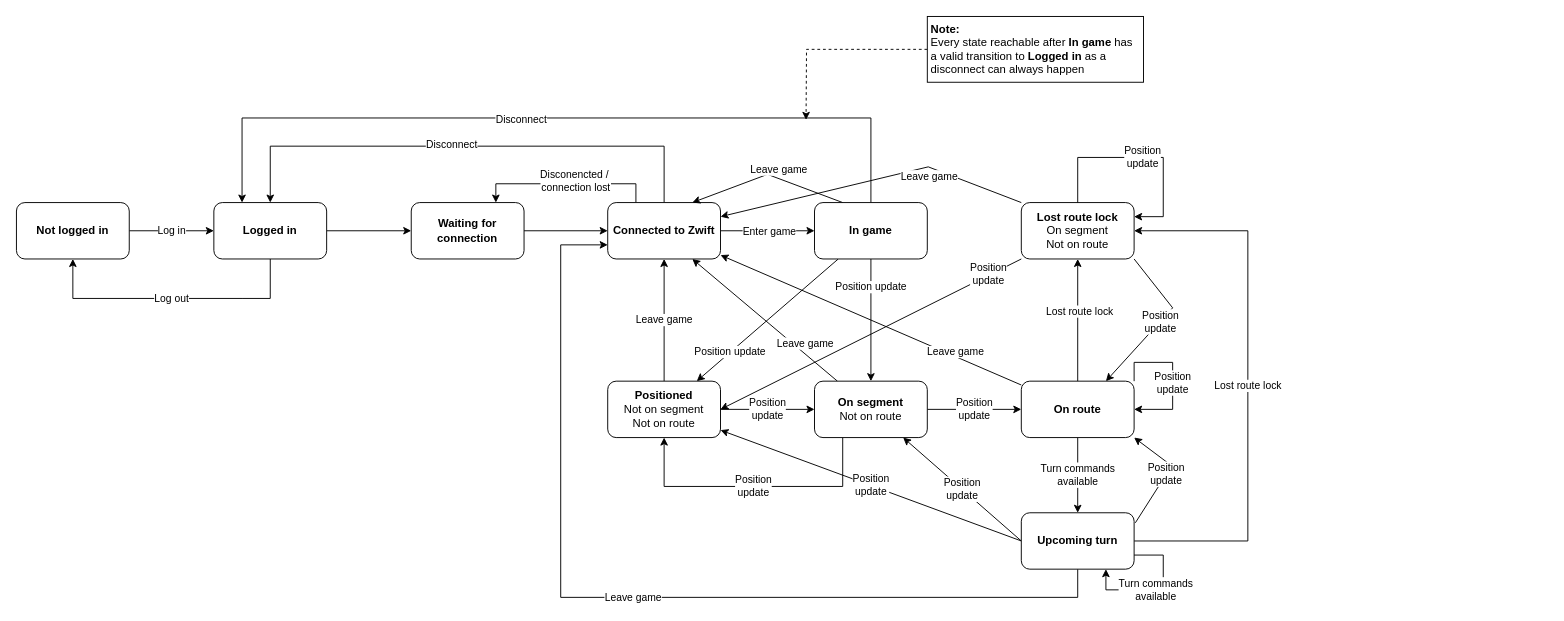
The draw.io diagram GameStates.drawio in sandermvanvliet/RoadCaptain, before the edit. Source tidied: cells renumbered, new cells numbered last; positions are measured from the earlier drawing's top-left corner, leaving out a move shared by most shapes. Both pictures are drawn from the tidied source at 94%, with x=0, y=0 at pixel (16, 16).
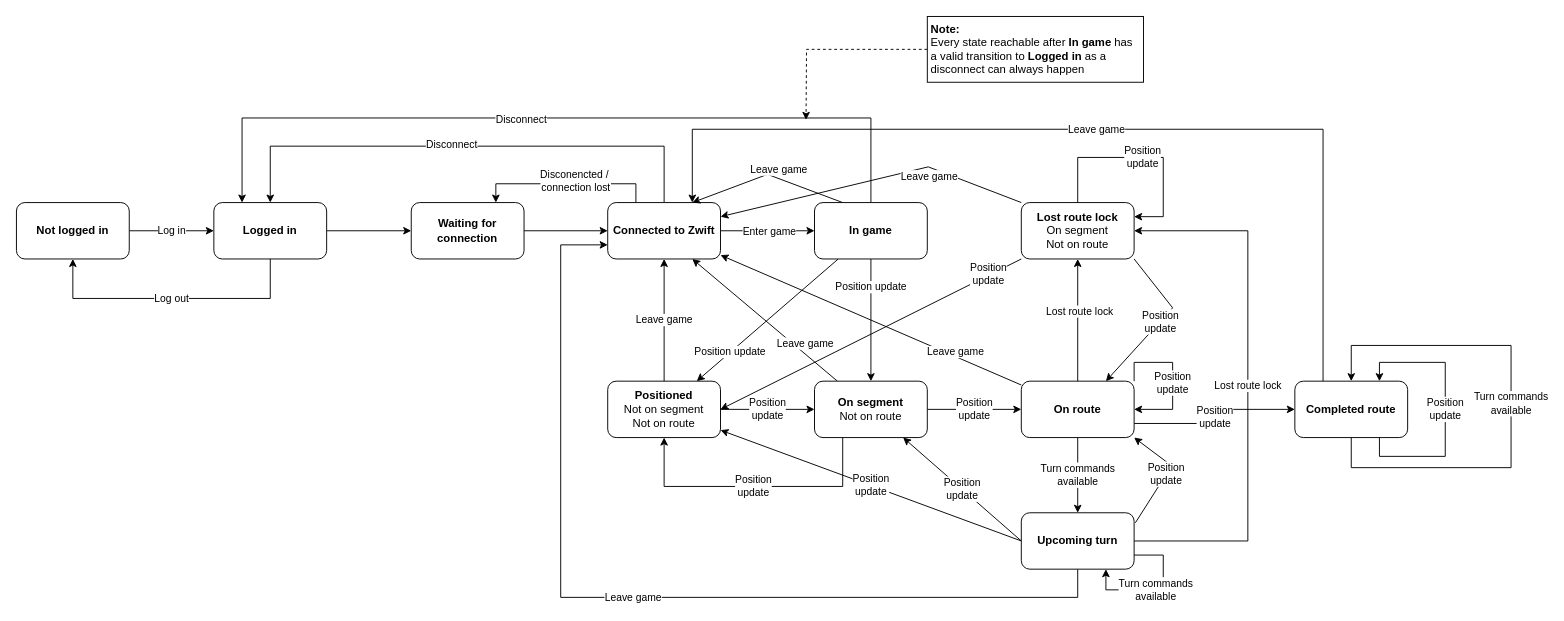
The same diagram, later.

Commit message:
Add completed route state to diagram

Unchanged cells that the change refers to:
```xml
<mxCell id="8" value="Connected to Zwift" style="rounded=1;whiteSpace=wrap;html=1;fontStyle=1;" parent="1" vertex="1">
  <mxGeometry x="629" y="198" width="120" height="60" as="geometry" />
</mxCell>
<mxCell id="27" value="&lt;b&gt;On route&lt;br&gt;&lt;/b&gt;" style="whiteSpace=wrap;html=1;rounded=1;" parent="1" vertex="1">
  <mxGeometry x="1069" y="388" width="120" height="60" as="geometry" />
</mxCell>
```

What changed in the source:
```diff
@@
+    <mxCell id="51" value="Position&lt;br&gt;update" style="edgeStyle=orthogonalEdgeStyle;rounded=0;jettySize=auto;html=1;exitX=1;exitY=0.75;exitDx=0;exitDy=0;entryX=0;entryY=0.5;entryDx=0;entryDy=0;" parent="1" edge="1" source="27" target="53">
+      <mxGeometry relative="1" as="geometry" />
+    </mxCell>
@@
+    <mxCell id="52" value="Leave game" style="edgeStyle=orthogonalEdgeStyle;rounded=0;jettySize=auto;html=1;entryX=0.75;entryY=0;entryDx=0;entryDy=0;exitX=0.25;exitY=0;exitDx=0;exitDy=0;" parent="1" edge="1" source="53" target="8">
+      <mxGeometry relative="1" as="geometry">
+        <Array as="points">
+          <mxPoint x="1390" y="120" />
+          <mxPoint x="719" y="120" />
+        </Array>
+      </mxGeometry>
+    </mxCell>
+    <mxCell id="53" value="&lt;b&gt;Completed route&lt;br&gt;&lt;/b&gt;" style="whiteSpace=wrap;html=1;rounded=1;" parent="1" vertex="1">
+      <mxGeometry x="1360" y="388" width="120" height="60" as="geometry" />
+    </mxCell>
+    <mxCell id="54" value="Position&lt;br&gt;update" style="edgeStyle=orthogonalEdgeStyle;rounded=0;orthogonalLoop=1;jettySize=auto;html=1;entryX=0.75;entryY=0;entryDx=0;entryDy=0;exitX=0.75;exitY=1;exitDx=0;exitDy=0;" parent="1" edge="1" source="53" target="53">
+      <mxGeometry relative="1" as="geometry">
+        <Array as="points">
+          <mxPoint x="1450" y="468" />
+          <mxPoint x="1520" y="468" />
+          <mxPoint x="1520" y="368" />
+          <mxPoint x="1450" y="368" />
+        </Array>
+      </mxGeometry>
+    </mxCell>
+    <mxCell id="55" value="Turn commands&lt;br&gt;available" style="edgeStyle=orthogonalEdgeStyle;rounded=0;orthogonalLoop=1;jettySize=auto;html=1;entryX=0.5;entryY=0;entryDx=0;entryDy=0;exitX=0.5;exitY=1;exitDx=0;exitDy=0;" parent="1" edge="1" source="53" target="53">
+      <mxGeometry relative="1" as="geometry">
+        <Array as="points">
+          <mxPoint x="1420" y="480" />
+          <mxPoint x="1590" y="480" />
+          <mxPoint x="1590" y="350" />
+          <mxPoint x="1420" y="350" />
+        </Array>
+      </mxGeometry>
+    </mxCell>
```
